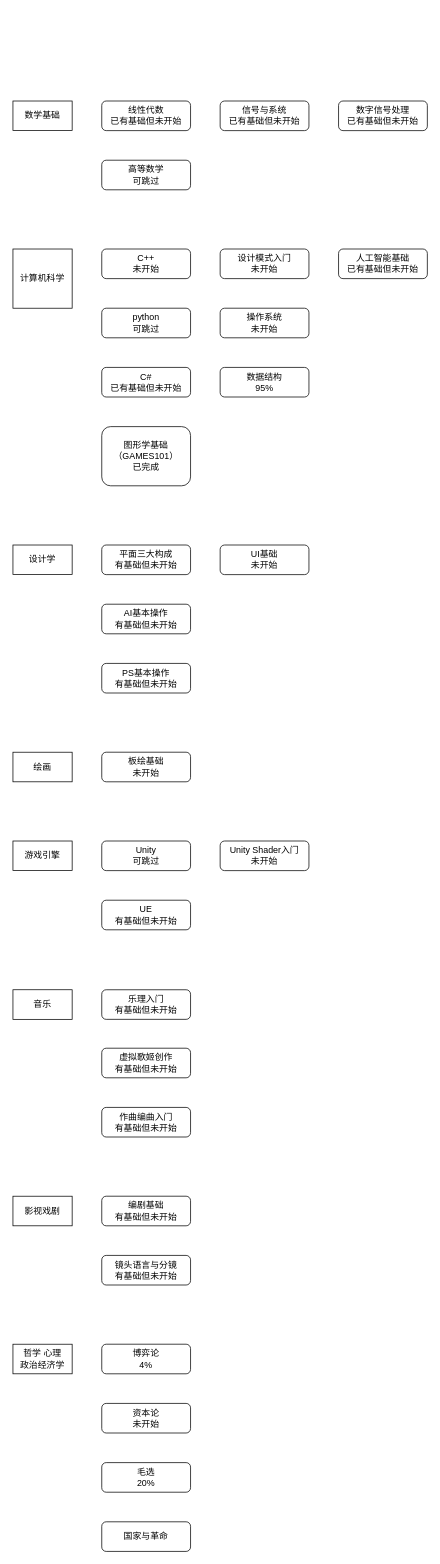
The draw.io diagram 基本学习路线.drawio in 2431903722/learning-path, before the edit. Source tidied: cells renumbered, new cells numbered last; positions are measured from the earlier drawing's top-left corner, leaving out a move shared by most shapes. Both pictures are drawn from the tidied source at 74%, with x=0, y=0 at pixel (13, 101).
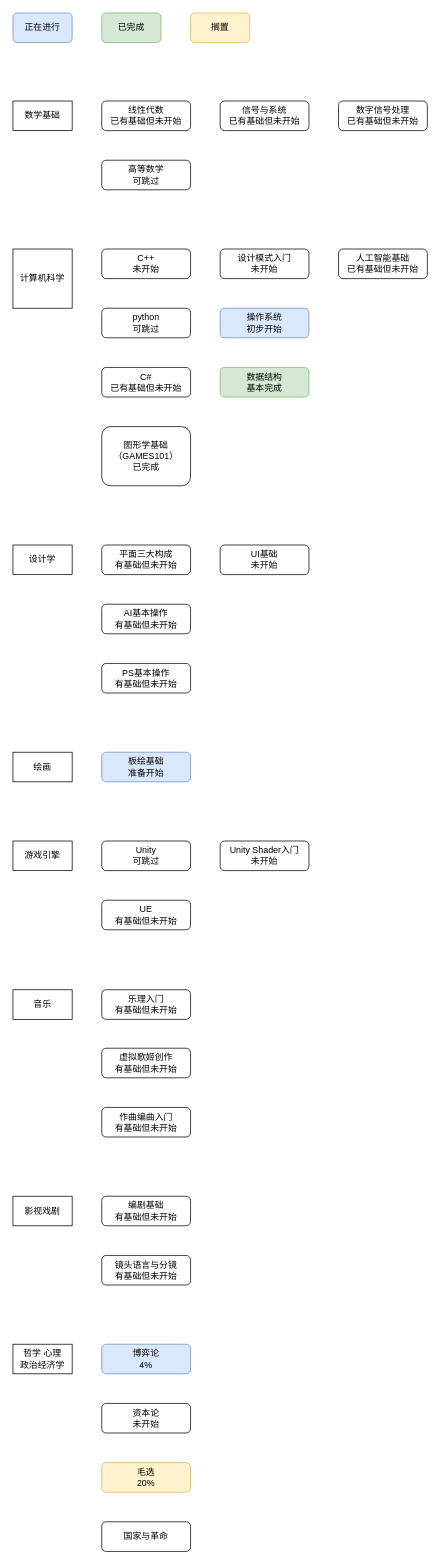
The same diagram, later.

What changed in the source:
```diff
@@
-    <mxCell id="2" value="数据结构&lt;br&gt;95%" style="rounded=1;whiteSpace=wrap;html=1;" parent="1" vertex="1">
+    <mxCell id="2" value="数据结构&lt;br&gt;基本完成" style="rounded=1;whiteSpace=wrap;html=1;fillColor=#d5e8d4;strokeColor=#82b366;" parent="1" vertex="1">
       <mxGeometry x="280" y="360" width="120" height="40" as="geometry" />
     </mxCell>
-    <mxCell id="3" value="操作系统&lt;br&gt;未开始" style="rounded=1;whiteSpace=wrap;html=1;" parent="1" vertex="1">
+    <mxCell id="3" value="操作系统&lt;br&gt;初步开始" style="rounded=1;whiteSpace=wrap;html=1;fillColor=#dae8fc;strokeColor=#6c8ebf;" parent="1" vertex="1">
       <mxGeometry x="280" y="280" width="120" height="40" as="geometry" />
     </mxCell>
@@
-    <mxCell id="15" value="板绘基础&lt;br&gt;未开始" style="rounded=1;whiteSpace=wrap;html=1;" parent="1" vertex="1">
+    <mxCell id="15" value="板绘基础&lt;br&gt;准备开始" style="rounded=1;whiteSpace=wrap;html=1;fillColor=#dae8fc;strokeColor=#6c8ebf;" parent="1" vertex="1">
       <mxGeometry x="120" y="880" width="120" height="40" as="geometry" />
     </mxCell>
@@
-    <mxCell id="34" value="博弈论&lt;br&gt;4%" style="rounded=1;whiteSpace=wrap;html=1;" parent="1" vertex="1">
+    <mxCell id="34" value="博弈论&lt;br&gt;4%" style="rounded=1;whiteSpace=wrap;html=1;fillColor=#dae8fc;strokeColor=#6c8ebf;" parent="1" vertex="1">
       <mxGeometry x="120" y="1680" width="120" height="40" as="geometry" />
     </mxCell>
@@
-    <mxCell id="36" value="毛选&lt;br&gt;20%" style="rounded=1;whiteSpace=wrap;html=1;" parent="1" vertex="1">
+    <mxCell id="36" value="毛选&lt;br&gt;20%" style="rounded=1;whiteSpace=wrap;html=1;fillColor=#fff2cc;strokeColor=#d6b656;" parent="1" vertex="1">
       <mxGeometry x="120" y="1840" width="120" height="40" as="geometry" />
     </mxCell>
@@
+    <mxCell id="39" value="正在进行" style="rounded=1;whiteSpace=wrap;html=1;fillColor=#dae8fc;strokeColor=#6c8ebf;" parent="1" vertex="1">
+      <mxGeometry y="-119" width="80" height="40" as="geometry" />
+    </mxCell>
+    <mxCell id="40" value="已完成" style="rounded=1;whiteSpace=wrap;html=1;fillColor=#d5e8d4;strokeColor=#82b366;" parent="1" vertex="1">
+      <mxGeometry x="120" y="-119" width="80" height="40" as="geometry" />
+    </mxCell>
+    <mxCell id="41" value="搁置" style="rounded=1;whiteSpace=wrap;html=1;fillColor=#fff2cc;strokeColor=#d6b656;" parent="1" vertex="1">
+      <mxGeometry x="240" y="-119" width="80" height="40" as="geometry" />
+    </mxCell>
```
